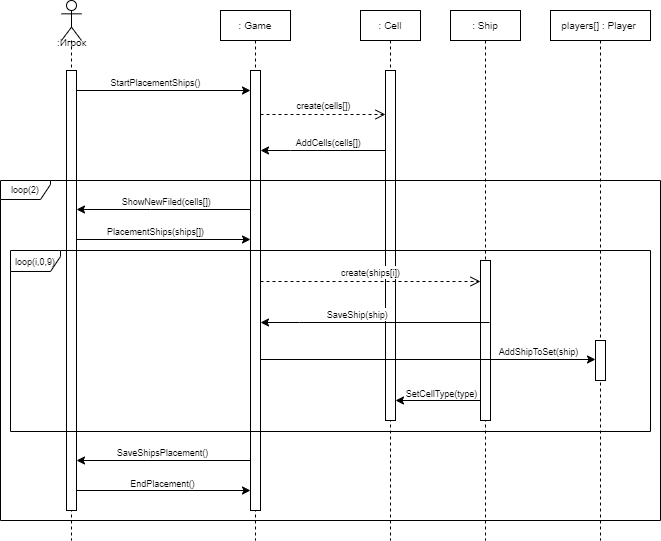
katefomkina/sea-battle keeps this draw.io diagram as images/lab4_2.drawio.png. Above is the earlier version. Source tidied: cells renumbered, new cells last; positions are measured from the earlier drawing's top-left corner, leaving out a move shared by most shapes.
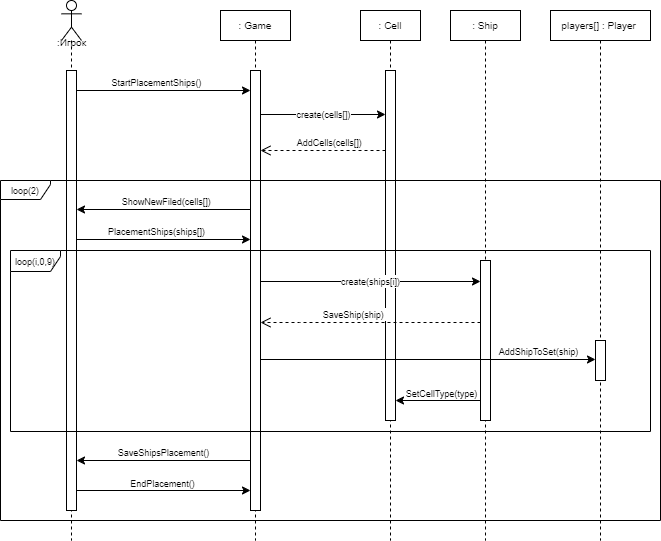
The same file after the commit.

Change to the diagram source:
```diff
@@ -68,7 +68,7 @@
     <mxCell id="18" style="html=1;perimeter=orthogonalPerimeter;targetShapes=umlLifeline;newEdgeStyle={&quot;curved&quot;:0,&quot;rounded&quot;:0};" parent="17" vertex="1">
       <mxGeometry x="45" y="330" width="10" height="40" as="geometry" />
     </mxCell>
-    <mxCell id="19" value="&lt;font style=&quot;font-size: 9px;&quot;&gt;create(cells[]&lt;span style=&quot;color: rgba(0, 0, 0, 0); font-family: monospace; font-size: 0px; text-align: start; background-color: rgb(251, 251, 251);&quot;&gt;%3CmxGraphModel%3E%3Croot%3E%3CmxCell%20id%3D%220%22%2F%3E%3CmxCell%20id%3D%221%22%20parent%3D%220%22%2F%3E%3CmxCell%20id%3D%222%22%20value%3D%22%22%20style%3D%22endArrow%3Dclassic%3Bhtml%3D1%3Brounded%3D0%3B%22%20edge%3D%221%22%20parent%3D%221%22%3E%3CmxGeometry%20width%3D%2250%22%20height%3D%2250%22%20relative%3D%221%22%20as%3D%22geometry%22%3E%3CmxPoint%20x%3D%22430%22%20y%3D%22180%22%20as%3D%22sourcePoint%22%2F%3E%3CmxPoint%20x%3D%22220%22%20y%3D%22180%22%20as%3D%22targetPoint%22%2F%3E%3CArray%20as%3D%22points%22%3E%3CmxPoint%20x%3D%22330%22%20y%3D%22180%22%2F%3E%3C%2FArray%3E%3C%2FmxGeometry%3E%3C%2FmxCell%3E%3CmxCell%20id%3D%223%22%20value%3D%22%26lt%3Bdiv%26gt%3B%26lt%3Bfont%20style%3D%26quot%3Bfont-size%3A%209px%3B%26quot%3B%26gt%3BNameRequest()%26amp%3Bnbsp%3B%26lt%3B%2Ffont%26gt%3B%26lt%3B%2Fdiv%26gt%3B%22%20style%3D%22edgeLabel%3Bhtml%3D1%3Balign%3Dcenter%3BverticalAlign%3Dmiddle%3Bresizable%3D0%3Bpoints%3D%5B%5D%3B%22%20vertex%3D%221%22%20connectable%3D%220%22%20parent%3D%222%22%3E%3CmxGeometry%20x%3D%220.1504%22%20y%3D%222%22%20relative%3D%221%22%20as%3D%22geometry%22%3E%3CmxPoint%20x%3D%2216%22%20y%3D%22-11%22%20as%3D%22offset%22%2F%3E%3C%2FmxGeometry%3E%3C%2FmxCell%3E%3C%2Froot%3E%3C%2FmxGraphModel%3E&lt;/span&gt;)&lt;/font&gt;" style="html=1;verticalAlign=bottom;endArrow=open;dashed=1;endSize=8;curved=0;rounded=0;" parent="1" edge="1">
+    <mxCell id="19" value="&lt;font style=&quot;font-size: 9px;&quot;&gt;create(cells[]&lt;span style=&quot;color: rgba(0, 0, 0, 0); font-family: monospace; font-size: 0px; text-align: start; background-color: rgb(251, 251, 251);&quot;&gt;%3CmxGraphModel%3E%3Croot%3E%3CmxCell%20id%3D%220%22%2F%3E%3CmxCell%20id%3D%221%22%20parent%3D%220%22%2F%3E%3CmxCell%20id%3D%222%22%20value%3D%22%22%20style%3D%22endArrow%3Dclassic%3Bhtml%3D1%3Brounded%3D0%3B%22%20edge%3D%221%22%20parent%3D%221%22%3E%3CmxGeometry%20width%3D%2250%22%20height%3D%2250%22%20relative%3D%221%22%20as%3D%22geometry%22%3E%3CmxPoint%20x%3D%22430%22%20y%3D%22180%22%20as%3D%22sourcePoint%22%2F%3E%3CmxPoint%20x%3D%22220%22%20y%3D%22180%22%20as%3D%22targetPoint%22%2F%3E%3CArray%20as%3D%22points%22%3E%3CmxPoint%20x%3D%22330%22%20y%3D%22180%22%2F%3E%3C%2FArray%3E%3C%2FmxGeometry%3E%3C%2FmxCell%3E%3CmxCell%20id%3D%223%22%20value%3D%22%26lt%3Bdiv%26gt%3B%26lt%3Bfont%20style%3D%26quot%3Bfont-size%3A%209px%3B%26quot%3B%26gt%3BNameRequest()%26amp%3Bnbsp%3B%26lt%3B%2Ffont%26gt%3B%26lt%3B%2Fdiv%26gt%3B%22%20style%3D%22edgeLabel%3Bhtml%3D1%3Balign%3Dcenter%3BverticalAlign%3Dmiddle%3Bresizable%3D0%3Bpoints%3D%5B%5D%3B%22%20vertex%3D%221%22%20connectable%3D%220%22%20parent%3D%222%22%3E%3CmxGeometry%20x%3D%220.1504%22%20y%3D%222%22%20relative%3D%221%22%20as%3D%22geometry%22%3E%3CmxPoint%20x%3D%2216%22%20y%3D%22-11%22%20as%3D%22offset%22%2F%3E%3C%2FmxGeometry%3E%3C%2FmxCell%3E%3C%2Froot%3E%3C%2FmxGraphModel%3E&lt;/span&gt;)&lt;/font&gt;" style="endArrow=classic;html=1;rounded=0;" parent="1" edge="1">
       <mxGeometry relative="1" as="geometry">
         <mxPoint x="260" y="114" as="sourcePoint" />
         <mxPoint x="385" y="114" as="targetPoint" />
@@ -124,15 +124,14 @@
         <mxPoint x="81" y="-8" as="offset" />
       </mxGeometry>
     </mxCell>
-    <mxCell id="29" value="&lt;font style=&quot;font-size: 9px;&quot;&gt;create(ships[i]&lt;span style=&quot;color: rgba(0, 0, 0, 0); font-family: monospace; font-size: 0px; text-align: start; background-color: rgb(251, 251, 251);&quot;&gt;%3CmxGraphModel%3E%3Croot%3E%3CmxCell%20id%3D%220%22%2F%3E%3CmxCell%20id%3D%221%22%20parent%3D%220%22%2F%3E%3CmxCell%20id%3D%222%22%20value%3D%22%22%20style%3D%22endArrow%3Dclassic%3Bhtml%3D1%3Brounded%3D0%3B%22%20edge%3D%221%22%20parent%3D%221%22%3E%3CmxGeometry%20width%3D%2250%22%20height%3D%2250%22%20relative%3D%221%22%20as%3D%22geometry%22%3E%3CmxPoint%20x%3D%22430%22%20y%3D%22180%22%20as%3D%22sourcePoint%22%2F%3E%3CmxPoint%20x%3D%22220%22%20y%3D%22180%22%20as%3D%22targetPoint%22%2F%3E%3CArray%20as%3D%22points%22%3E%3CmxPoint%20x%3D%22330%22%20y%3D%22180%22%2F%3E%3C%2FArray%3E%3C%2FmxGeometry%3E%3C%2FmxCell%3E%3CmxCell%20id%3D%223%22%20value%3D%22%26lt%3Bdiv%26gt%3B%26lt%3Bfont%20style%3D%26quot%3Bfont-size%3A%209px%3B%26quot%3B%26gt%3BNameRequest()%26amp%3Bnbsp%3B%26lt%3B%2Ffont%26gt%3B%26lt%3B%2Fdiv%26gt%3B%22%20style%3D%22edgeLabel%3Bhtml%3D1%3Balign%3Dcenter%3BverticalAlign%3Dmiddle%3Bresizable%3D0%3Bpoints%3D%5B%5D%3B%22%20vertex%3D%221%22%20connectable%3D%220%22%20parent%3D%222%22%3E%3CmxGeometry%20x%3D%220.1504%22%20y%3D%222%22%20relative%3D%221%22%20as%3D%22geometry%22%3E%3CmxPoint%20x%3D%2216%22%20y%3D%22-11%22%20as%3D%22offset%22%2F%3E%3C%2FmxGeometry%3E%3C%2FmxCell%3E%3C%2Froot%3E%3C%2FmxGraphModel%3E&lt;/span&gt;)&lt;/font&gt;" style="html=1;verticalAlign=bottom;endArrow=open;dashed=1;endSize=8;curved=0;rounded=0;" parent="1" edge="1">
+    <mxCell id="29" value="&lt;font style=&quot;font-size: 9px;&quot;&gt;create(ships[i]&lt;span style=&quot;color: rgba(0, 0, 0, 0); font-family: monospace; font-size: 0px; text-align: start; background-color: rgb(251, 251, 251);&quot;&gt;%3CmxGraphModel%3E%3Croot%3E%3CmxCell%20id%3D%220%22%2F%3E%3CmxCell%20id%3D%221%22%20parent%3D%220%22%2F%3E%3CmxCell%20id%3D%222%22%20value%3D%22%22%20style%3D%22endArrow%3Dclassic%3Bhtml%3D1%3Brounded%3D0%3B%22%20edge%3D%221%22%20parent%3D%221%22%3E%3CmxGeometry%20width%3D%2250%22%20height%3D%2250%22%20relative%3D%221%22%20as%3D%22geometry%22%3E%3CmxPoint%20x%3D%22430%22%20y%3D%22180%22%20as%3D%22sourcePoint%22%2F%3E%3CmxPoint%20x%3D%22220%22%20y%3D%22180%22%20as%3D%22targetPoint%22%2F%3E%3CArray%20as%3D%22points%22%3E%3CmxPoint%20x%3D%22330%22%20y%3D%22180%22%2F%3E%3C%2FArray%3E%3C%2FmxGeometry%3E%3C%2FmxCell%3E%3CmxCell%20id%3D%223%22%20value%3D%22%26lt%3Bdiv%26gt%3B%26lt%3Bfont%20style%3D%26quot%3Bfont-size%3A%209px%3B%26quot%3B%26gt%3BNameRequest()%26amp%3Bnbsp%3B%26lt%3B%2Ffont%26gt%3B%26lt%3B%2Fdiv%26gt%3B%22%20style%3D%22edgeLabel%3Bhtml%3D1%3Balign%3Dcenter%3BverticalAlign%3Dmiddle%3Bresizable%3D0%3Bpoints%3D%5B%5D%3B%22%20vertex%3D%221%22%20connectable%3D%220%22%20parent%3D%222%22%3E%3CmxGeometry%20x%3D%220.1504%22%20y%3D%222%22%20relative%3D%221%22%20as%3D%22geometry%22%3E%3CmxPoint%20x%3D%2216%22%20y%3D%22-11%22%20as%3D%22offset%22%2F%3E%3C%2FmxGeometry%3E%3C%2FmxCell%3E%3C%2Froot%3E%3C%2FmxGraphModel%3E&lt;/span&gt;)&lt;/font&gt;" style="endArrow=classic;html=1;rounded=0;" parent="1" edge="1">
       <mxGeometry relative="1" as="geometry">
         <mxPoint x="260" y="281" as="sourcePoint" />
         <mxPoint x="480" y="281" as="targetPoint" />
       </mxGeometry>
     </mxCell>
-    <mxCell id="30" style="endArrow=classic;html=1;rounded=0;" parent="1" edge="1" target="5">
+    <mxCell id="30" style="html=1;verticalAlign=bottom;endArrow=open;dashed=1;endSize=8;curved=0;rounded=0;" parent="1" edge="1" source="14" target="5">
       <mxGeometry relative="1" as="geometry">
-        <mxPoint x="489" y="322" as="sourcePoint" />
         <Array as="points">
           <mxPoint x="299" y="322" />
         </Array>
@@ -149,7 +148,7 @@
     <mxCell id="33" value="&lt;font style=&quot;font-size: 9px;&quot;&gt;loop(2)&lt;/font&gt;" style="shape=umlFrame;whiteSpace=wrap;html=1;width=50;height=19;" parent="1" vertex="1">
       <mxGeometry y="180" width="660" height="340" as="geometry" />
     </mxCell>
-    <mxCell id="34" style="endArrow=classic;html=1;rounded=0;" parent="1" edge="1">
+    <mxCell id="34" style="html=1;verticalAlign=bottom;endArrow=open;dashed=1;endSize=8;curved=0;rounded=0;" parent="1" edge="1">
       <mxGeometry relative="1" as="geometry">
         <mxPoint x="385" y="150" as="sourcePoint" />
         <mxPoint x="260" y="150" as="targetPoint" />
```
